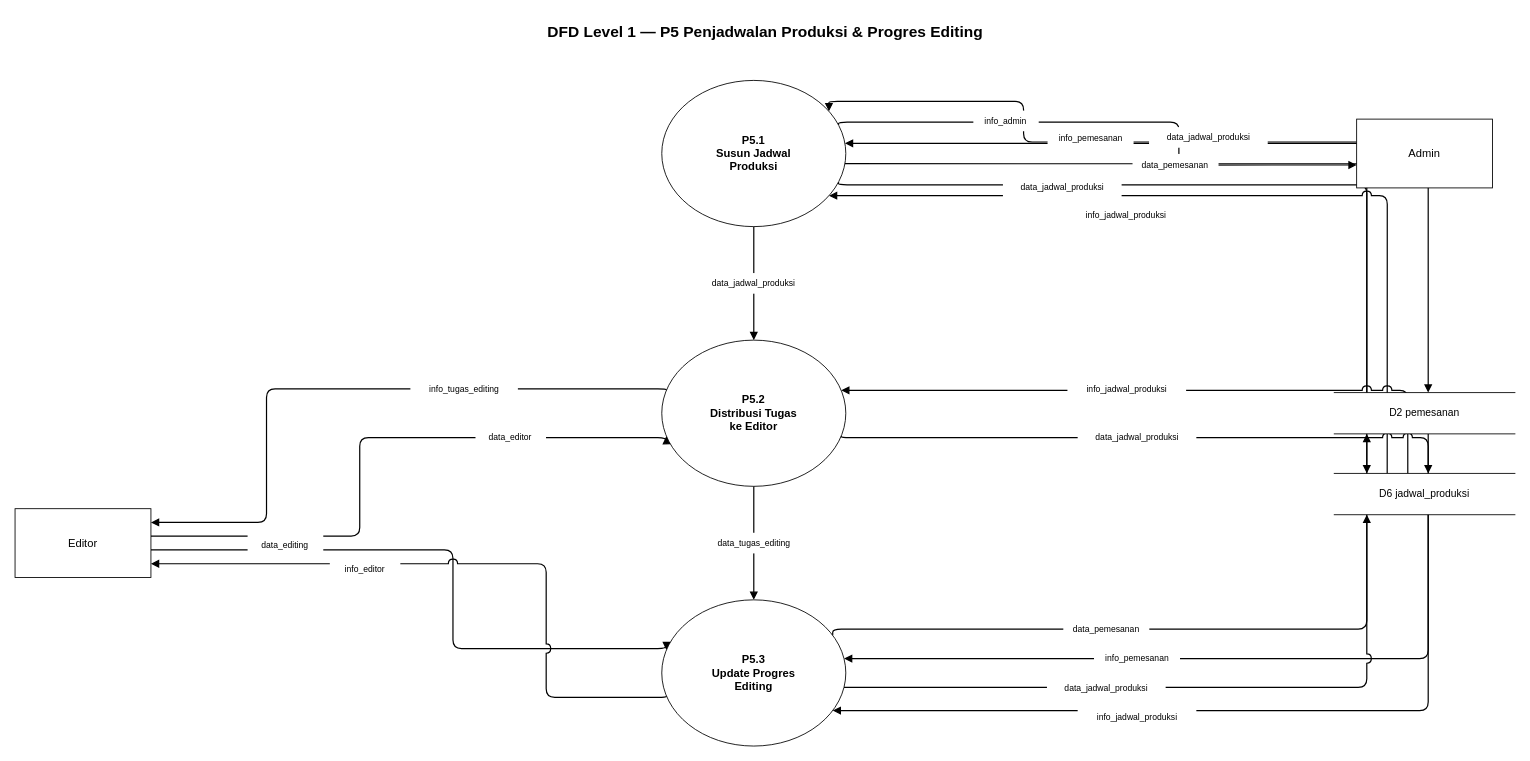
Earlier version of the draw.io diagram generated/dfd_level1_P5.drawio (ryuken25/diagrams). Source tidied: cells renumbered, new cells numbered last; positions are measured from the earlier drawing's top-left corner, leaving out a move shared by most shapes. Both pictures are drawn from the tidied source at 86%, with x=0, y=0 at pixel (15, 15).
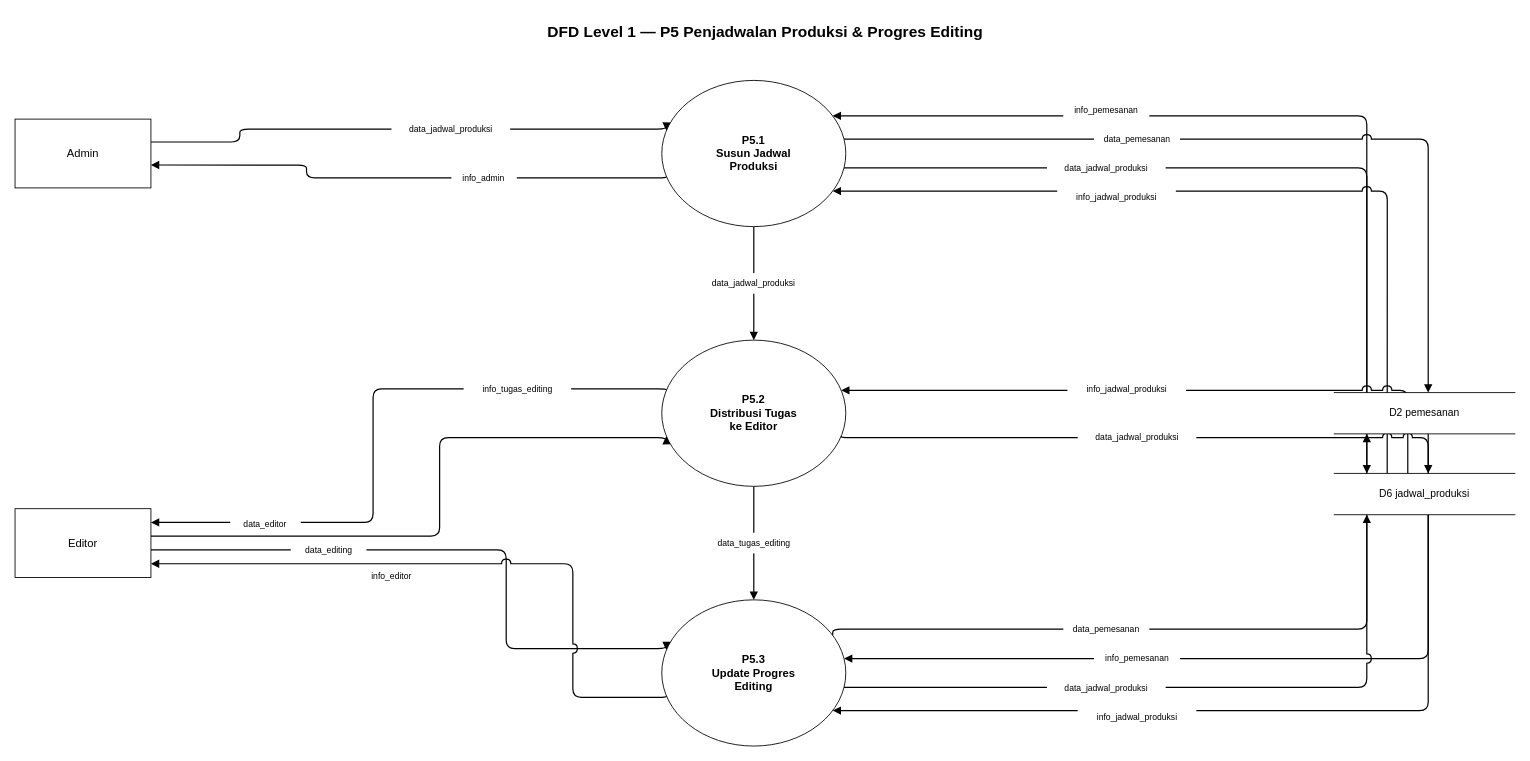
After the change.

Unchanged cells that the change refers to:
```xml
<mxCell id="20" value="P5.1&#10;Susun Jadwal&#10;Produksi" style="ellipse;whiteSpace=wrap;html=1;fillColor=#FFFFFF;strokeColor=#000000;fontSize=13;fontStyle=1;verticalAlign=middle;" parent="1" vertex="1">
  <mxGeometry x="752" y="76" width="214" height="170" as="geometry" />
</mxCell>
<mxCell id="21" value="P5.2&#10;Distribusi Tugas&#10;ke Editor" style="ellipse;whiteSpace=wrap;html=1;fillColor=#FFFFFF;strokeColor=#000000;fontSize=13;fontStyle=1;verticalAlign=middle;" parent="1" vertex="1">
  <mxGeometry x="752" y="378" width="214" height="170" as="geometry" />
</mxCell>
<mxCell id="22" value="P5.3&#10;Update Progres&#10;Editing" style="ellipse;whiteSpace=wrap;html=1;fillColor=#FFFFFF;strokeColor=#000000;fontSize=13;fontStyle=1;verticalAlign=middle;" parent="1" vertex="1">
  <mxGeometry x="752" y="680" width="214" height="170" as="geometry" />
</mxCell>
<mxCell id="24" value="Editor" style="rounded=0;whiteSpace=wrap;html=1;fillColor=#FFFFFF;strokeColor=#000000;fontSize=13;" parent="1" vertex="1">
  <mxGeometry y="574" width="158" height="80" as="geometry" />
</mxCell>
<mxCell id="25" value="D2  pemesanan" style="shape=partialRectangle;top=1;bottom=1;left=0;right=0;whiteSpace=wrap;html=1;fillColor=#FFFFFF;strokeColor=#000000;fontSize=12;align=center;" parent="1" vertex="1">
  <mxGeometry x="1534" y="439" width="210" height="48" as="geometry" />
</mxCell>
<mxCell id="26" value="D6  jadwal_produksi" style="shape=partialRectangle;top=1;bottom=1;left=0;right=0;whiteSpace=wrap;html=1;fillColor=#FFFFFF;strokeColor=#000000;fontSize=12;align=center;" parent="1" vertex="1">
  <mxGeometry x="1534" y="533" width="210" height="48" as="geometry" />
</mxCell>
```

What changed in the source:
```diff
@@
-    <mxCell id="2" style="html=1;rounded=1;strokeColor=#000000;strokeWidth=1.4;endArrow=block;startArrow=none;jumpStyle=arc;jumpSize=10;edgeStyle=orthogonalEdgeStyle;exitX=0.000;exitY=0.333;entryX=1.000;entryY=0.143;exitDx=0;exitDy=0;entryDx=0;entryDy=0;" parent="1" edge="1" source="23" target="20">
+    <mxCell id="2" style="html=1;rounded=1;strokeColor=#000000;strokeWidth=1.4;endArrow=block;startArrow=none;jumpStyle=arc;jumpSize=10;edgeStyle=orthogonalEdgeStyle;exitX=1.000;exitY=0.333;entryX=0.000;entryY=0.333;exitDx=0;exitDy=0;entryDx=0;entryDy=0;" parent="1" edge="1" source="23" target="20">
       <mxGeometry relative="1" as="geometry">
         <Array as="points">
-          <mxPoint x="1172.7" y="147.7" />
-          <mxPoint x="1172.7" y="100.3" />
+          <mxPoint x="261.4" y="147.7" />
+          <mxPoint x="261.4" y="132.7" />
         </Array>
       </mxGeometry>
     </mxCell>
-    <mxCell id="3" style="html=1;rounded=1;strokeColor=#000000;strokeWidth=1.4;endArrow=block;startArrow=none;jumpStyle=arc;jumpSize=10;edgeStyle=orthogonalEdgeStyle;exitX=1.000;exitY=0.286;entryX=0.000;entryY=0.667;exitDx=0;exitDy=0;entryDx=0;entryDy=0;" parent="1" edge="1" source="20" target="23">
+    <mxCell id="3" style="html=1;rounded=1;strokeColor=#000000;strokeWidth=1.4;endArrow=block;startArrow=none;jumpStyle=arc;jumpSize=10;edgeStyle=orthogonalEdgeStyle;exitX=0.000;exitY=0.667;entryX=1.000;entryY=0.667;exitDx=0;exitDy=0;entryDx=0;entryDy=0;" parent="1" edge="1" source="20" target="23">
       <mxGeometry relative="1" as="geometry">
         <Array as="points">
-          <mxPoint x="1353.3" y="124.6" />
-          <mxPoint x="1353.3" y="174.3" />
+          <mxPoint x="338.9" y="189.3" />
+          <mxPoint x="338.9" y="174.3" />
         </Array>
       </mxGeometry>
     </mxCell>
     <mxCell id="4" style="html=1;rounded=1;strokeColor=#000000;strokeWidth=1.4;endArrow=block;startArrow=none;jumpStyle=arc;jumpSize=10;edgeStyle=orthogonalEdgeStyle;exitX=0.000;exitY=0.333;entryX=1.000;entryY=0.200;exitDx=0;exitDy=0;entryDx=0;entryDy=0;" parent="1" edge="1" source="21" target="24">
       <mxGeometry relative="1" as="geometry">
         <Array as="points">
-          <mxPoint x="292.4" y="434.7" />
-          <mxPoint x="292.4" y="590" />
+          <mxPoint x="416.3" y="434.7" />
+          <mxPoint x="416.3" y="590" />
         </Array>
       </mxGeometry>
     </mxCell>
     <mxCell id="5" style="html=1;rounded=1;strokeColor=#000000;strokeWidth=1.4;endArrow=block;startArrow=none;jumpStyle=arc;jumpSize=10;edgeStyle=orthogonalEdgeStyle;exitX=1.000;exitY=0.400;entryX=0.000;entryY=0.667;exitDx=0;exitDy=0;entryDx=0;entryDy=0;" parent="1" edge="1" source="24" target="21">
       <mxGeometry relative="1" as="geometry">
         <Array as="points">
-          <mxPoint x="400.8" y="606" />
-          <mxPoint x="400.8" y="491.3" />
+          <mxPoint x="493.7" y="606" />
+          <mxPoint x="493.7" y="491.3" />
         </Array>
       </mxGeometry>
     </mxCell>
     <mxCell id="6" style="html=1;rounded=1;strokeColor=#000000;strokeWidth=1.4;endArrow=block;startArrow=none;jumpStyle=arc;jumpSize=10;edgeStyle=orthogonalEdgeStyle;exitX=1.000;exitY=0.600;entryX=0.000;entryY=0.333;exitDx=0;exitDy=0;entryDx=0;entryDy=0;" parent="1" edge="1" source="24" target="22">
       <mxGeometry relative="1" as="geometry">
         <Array as="points">
-          <mxPoint x="509.2" y="622" />
-          <mxPoint x="509.2" y="736.7" />
+          <mxPoint x="571.1" y="622" />
+          <mxPoint x="571.1" y="736.7" />
         </Array>
       </mxGeometry>
     </mxCell>
     <mxCell id="7" style="html=1;rounded=1;strokeColor=#000000;strokeWidth=1.4;endArrow=block;startArrow=none;jumpStyle=arc;jumpSize=10;edgeStyle=orthogonalEdgeStyle;exitX=0.000;exitY=0.667;entryX=1.000;entryY=0.800;exitDx=0;exitDy=0;entryDx=0;entryDy=0;" parent="1" edge="1" source="22" target="24">
       <mxGeometry relative="1" as="geometry">
         <Array as="points">
-          <mxPoint x="617.6" y="793.3" />
-          <mxPoint x="617.6" y="638" />
+          <mxPoint x="648.6" y="793.3" />
+          <mxPoint x="648.6" y="638" />
         </Array>
       </mxGeometry>
     </mxCell>
-    <mxCell id="8" style="html=1;rounded=1;strokeColor=#000000;strokeWidth=1.4;endArrow=block;startArrow=none;jumpStyle=arc;jumpSize=10;edgeStyle=orthogonalEdgeStyle;exitX=0.180;exitY=0.000;entryX=1.000;entryY=0.429;exitDx=0;exitDy=0;entryDx=0;entryDy=0;" parent="1" edge="1" source="25" target="20">
+    <mxCell id="8" style="html=1;rounded=1;strokeColor=#000000;strokeWidth=1.4;endArrow=block;startArrow=none;jumpStyle=arc;jumpSize=10;edgeStyle=orthogonalEdgeStyle;exitX=0.180;exitY=0.000;entryX=1.000;entryY=0.200;exitDx=0;exitDy=0;entryDx=0;entryDy=0;" parent="1" edge="1" source="25" target="20">
       <mxGeometry relative="1" as="geometry">
         <Array as="points">
           <mxPoint x="1571.8" y="439" />
-          <mxPoint x="1571.8" y="148.9" />
+          <mxPoint x="1571.8" y="110" />
         </Array>
       </mxGeometry>
     </mxCell>
-    <mxCell id="9" style="html=1;rounded=1;strokeColor=#000000;strokeWidth=1.4;endArrow=block;startArrow=none;jumpStyle=arc;jumpSize=10;edgeStyle=orthogonalEdgeStyle;exitX=1.000;exitY=0.571;entryX=0.520;entryY=0.000;exitDx=0;exitDy=0;entryDx=0;entryDy=0;" parent="1" edge="1" source="20" target="25">
+    <mxCell id="9" style="html=1;rounded=1;strokeColor=#000000;strokeWidth=1.4;endArrow=block;startArrow=none;jumpStyle=arc;jumpSize=10;edgeStyle=orthogonalEdgeStyle;exitX=1.000;exitY=0.400;entryX=0.520;entryY=0.000;exitDx=0;exitDy=0;entryDx=0;entryDy=0;" parent="1" edge="1" source="20" target="25">
       <mxGeometry relative="1" as="geometry">
         <Array as="points">
-          <mxPoint x="1643.2" y="173.1" />
+          <mxPoint x="1643.2" y="144" />
           <mxPoint x="1643.2" y="439" />
         </Array>
       </mxGeometry>
     </mxCell>
@@
-    <mxCell id="12" style="html=1;rounded=1;strokeColor=#000000;strokeWidth=1.4;endArrow=block;startArrow=none;jumpStyle=arc;jumpSize=10;edgeStyle=orthogonalEdgeStyle;exitX=1.000;exitY=0.714;entryX=0.180;entryY=0.000;exitDx=0;exitDy=0;entryDx=0;entryDy=0;" parent="1" edge="1" source="20" target="26">
+    <mxCell id="12" style="html=1;rounded=1;strokeColor=#000000;strokeWidth=1.4;endArrow=block;startArrow=none;jumpStyle=arc;jumpSize=10;edgeStyle=orthogonalEdgeStyle;exitX=1.000;exitY=0.600;entryX=0.180;entryY=0.000;exitDx=0;exitDy=0;entryDx=0;entryDy=0;" parent="1" edge="1" source="20" target="26">
       <mxGeometry relative="1" as="geometry">
         <Array as="points">
-          <mxPoint x="1571.8" y="197.4" />
+          <mxPoint x="1571.8" y="178" />
           <mxPoint x="1571.8" y="533" />
         </Array>
       </mxGeometry>
     </mxCell>
-    <mxCell id="13" style="html=1;rounded=1;strokeColor=#000000;strokeWidth=1.4;endArrow=block;startArrow=none;jumpStyle=arc;jumpSize=10;edgeStyle=orthogonalEdgeStyle;exitX=0.293;exitY=0.000;entryX=1.000;entryY=0.857;exitDx=0;exitDy=0;entryDx=0;entryDy=0;" parent="1" edge="1" source="26" target="20">
+    <mxCell id="13" style="html=1;rounded=1;strokeColor=#000000;strokeWidth=1.4;endArrow=block;startArrow=none;jumpStyle=arc;jumpSize=10;edgeStyle=orthogonalEdgeStyle;exitX=0.293;exitY=0.000;entryX=1.000;entryY=0.800;exitDx=0;exitDy=0;entryDx=0;entryDy=0;" parent="1" edge="1" source="26" target="20">
       <mxGeometry relative="1" as="geometry">
         <Array as="points">
           <mxPoint x="1595.6" y="533" />
-          <mxPoint x="1595.6" y="221.7" />
+          <mxPoint x="1595.6" y="212" />
         </Array>
       </mxGeometry>
     </mxCell>
@@
     <mxCell id="23" value="Admin" style="rounded=0;whiteSpace=wrap;html=1;fillColor=#FFFFFF;strokeColor=#000000;fontSize=13;" parent="1" vertex="1">
-      <mxGeometry x="1560" y="121" width="158" height="80" as="geometry" />
+      <mxGeometry y="121" width="158" height="80" as="geometry" />
     </mxCell>
@@
     <mxCell id="27" value="data_jadwal_produksi" style="text;html=1;align=center;verticalAlign=middle;fontSize=10;rounded=0;fillColor=#FFFFFF;strokeColor=none;whiteSpace=wrap;spacing=2;" parent="1" vertex="1">
-      <mxGeometry x="1318.6" y="130.3" width="138" height="24" as="geometry" />
+      <mxGeometry x="437.7" y="120.7" width="138" height="24" as="geometry" />
     </mxCell>
     <mxCell id="28" value="info_admin" style="text;html=1;align=center;verticalAlign=middle;fontSize=10;rounded=0;fillColor=#FFFFFF;strokeColor=none;whiteSpace=wrap;spacing=2;" parent="1" vertex="1">
-      <mxGeometry x="1114.3" y="111.1" width="76" height="24" as="geometry" />
+      <mxGeometry x="507.4" y="177.4" width="76" height="24" as="geometry" />
     </mxCell>
     <mxCell id="29" value="info_tugas_editing" style="text;html=1;align=center;verticalAlign=middle;fontSize=10;rounded=0;fillColor=#FFFFFF;strokeColor=none;whiteSpace=wrap;spacing=2;" parent="1" vertex="1">
-      <mxGeometry x="459.7" y="422.6" width="125" height="24" as="geometry" />
+      <mxGeometry x="521.6" y="422.6" width="125" height="24" as="geometry" />
     </mxCell>
     <mxCell id="30" value="data_editor" style="text;html=1;align=center;verticalAlign=middle;fontSize=10;rounded=0;fillColor=#FFFFFF;strokeColor=none;whiteSpace=wrap;spacing=2;" parent="1" vertex="1">
-      <mxGeometry x="535.4" y="479.3" width="82" height="24" as="geometry" />
+      <mxGeometry x="250.2" y="579.7" width="82" height="24" as="geometry" />
     </mxCell>
     <mxCell id="31" value="data_editing" style="text;html=1;align=center;verticalAlign=middle;fontSize=10;rounded=0;fillColor=#FFFFFF;strokeColor=none;whiteSpace=wrap;spacing=2;" parent="1" vertex="1">
-      <mxGeometry x="270.4" y="604.3" width="88" height="24" as="geometry" />
+      <mxGeometry x="320.6" y="610" width="88" height="24" as="geometry" />
     </mxCell>
     <mxCell id="32" value="info_editor" style="text;html=1;align=center;verticalAlign=middle;fontSize=10;rounded=0;fillColor=#FFFFFF;strokeColor=none;whiteSpace=wrap;spacing=2;" parent="1" vertex="1">
-      <mxGeometry x="366" y="631.7" width="82" height="24" as="geometry" />
+      <mxGeometry x="396.9" y="640.3" width="82" height="24" as="geometry" />
     </mxCell>
     <mxCell id="33" value="info_pemesanan" style="text;html=1;align=center;verticalAlign=middle;fontSize=10;rounded=0;fillColor=#FFFFFF;strokeColor=none;whiteSpace=wrap;spacing=2;" parent="1" vertex="1">
-      <mxGeometry x="1200.6" y="130.8" width="100" height="24" as="geometry" />
+      <mxGeometry x="1218.9" y="98" width="100" height="24" as="geometry" />
     </mxCell>
     <mxCell id="34" value="data_pemesanan" style="text;html=1;align=center;verticalAlign=middle;fontSize=10;rounded=0;fillColor=#FFFFFF;strokeColor=none;whiteSpace=wrap;spacing=2;" parent="1" vertex="1">
-      <mxGeometry x="1299.4" y="161.5" width="100" height="24" as="geometry" />
+      <mxGeometry x="1254.6" y="132" width="100" height="24" as="geometry" />
     </mxCell>
@@
     <mxCell id="37" value="data_jadwal_produksi" style="text;html=1;align=center;verticalAlign=middle;fontSize=10;rounded=0;fillColor=#FFFFFF;strokeColor=none;whiteSpace=wrap;spacing=2;" parent="1" vertex="1">
-      <mxGeometry x="1148.7" y="188" width="138" height="24" as="geometry" />
+      <mxGeometry x="1199.9" y="166" width="138" height="24" as="geometry" />
     </mxCell>
     <mxCell id="38" value="info_jadwal_produksi" style="text;html=1;align=center;verticalAlign=middle;fontSize=10;rounded=0;fillColor=#FFFFFF;strokeColor=none;whiteSpace=wrap;spacing=2;" parent="1" vertex="1">
-      <mxGeometry x="1222.6" y="219.6" width="138" height="24" as="geometry" />
+      <mxGeometry x="1211.8" y="200" width="138" height="24" as="geometry" />
     </mxCell>
```
